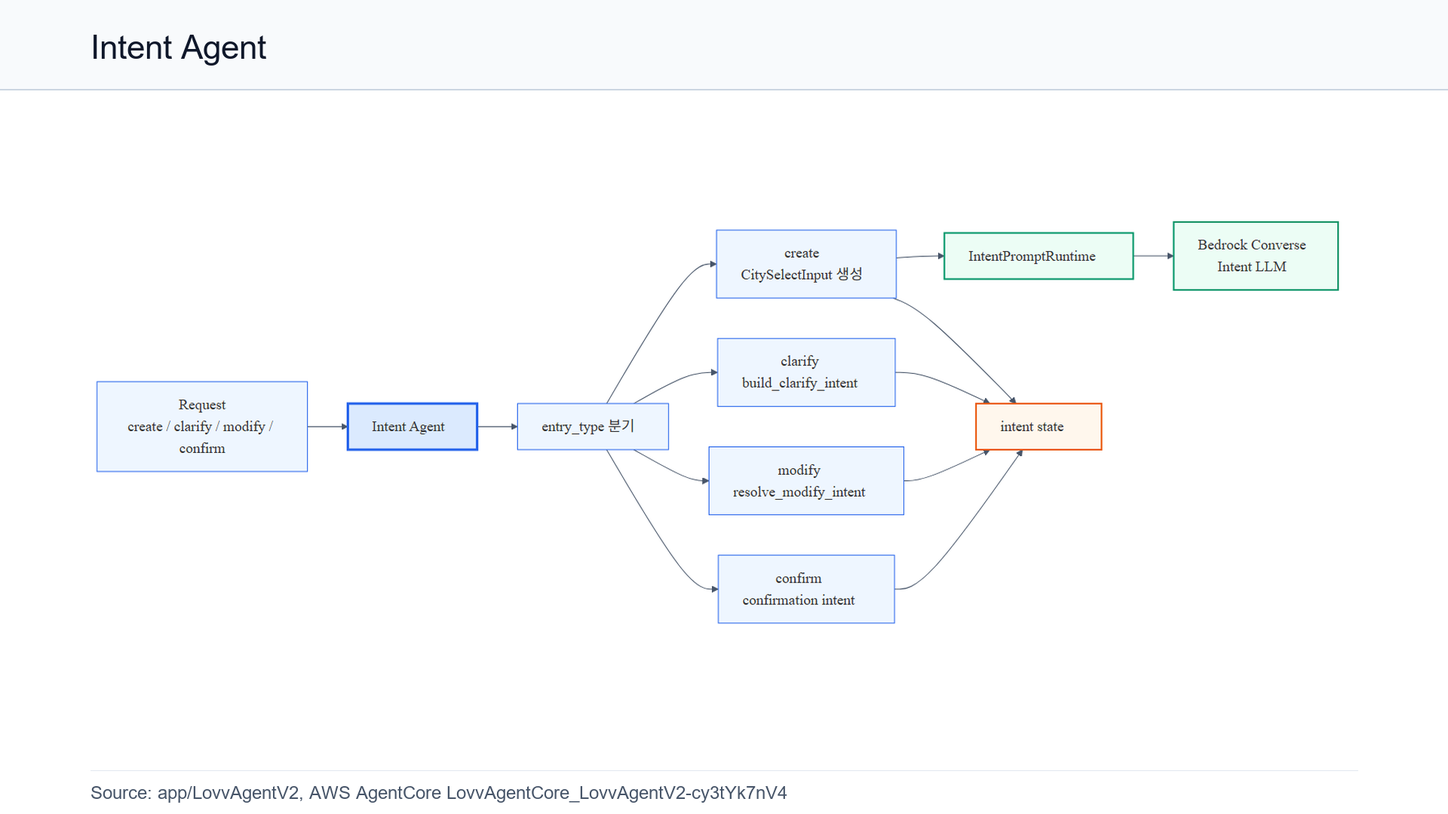
The Mermaid diagram docs/reports/v2/architecture_images_20260708/ppt_16x9/02_intent_agent.png in Joraemon-s-Secret-Gadgets/Lovv-agent, before a commit. Its source is kept beside it as docs/reports/v2/architecture_images_20260708/02_intent_agent.mmd. The source it was exported from:
```mermaid
%%{init: {"theme": "base", "themeVariables": {"fontFamily": "Inter, Arial, sans-serif", "fontSize": "18px", "primaryColor": "#eef6ff", "primaryBorderColor": "#2563eb", "lineColor": "#475569"}}}%%
flowchart LR
  Request["Request<br/>create / clarify / modify / confirm"] --> Intent["Intent Agent"]
  Intent --> Shape["entry_type 분기"]
  Shape --> Create["create<br/>CitySelectInput 생성"]
  Shape --> Clarify["clarify<br/>build_clarify_intent"]
  Shape --> Modify["modify<br/>resolve_modify_intent"]
  Shape --> Confirm["confirm<br/>confirmation intent"]

  Create --> Runtime["IntentPromptRuntime"]
  Runtime --> Bedrock["Bedrock Converse<br/>Intent LLM"]
  Create --> Output["intent state"]
  Clarify --> Output
  Modify --> Output
  Confirm --> Output

  classDef agent fill:#dbeafe,stroke:#2563eb,stroke-width:3px;
  classDef tool fill:#ecfdf5,stroke:#059669,stroke-width:2px;
  classDef output fill:#fff7ed,stroke:#ea580c,stroke-width:2px;
  class Intent agent;
  class Runtime,Bedrock tool;
  class Output output;
```
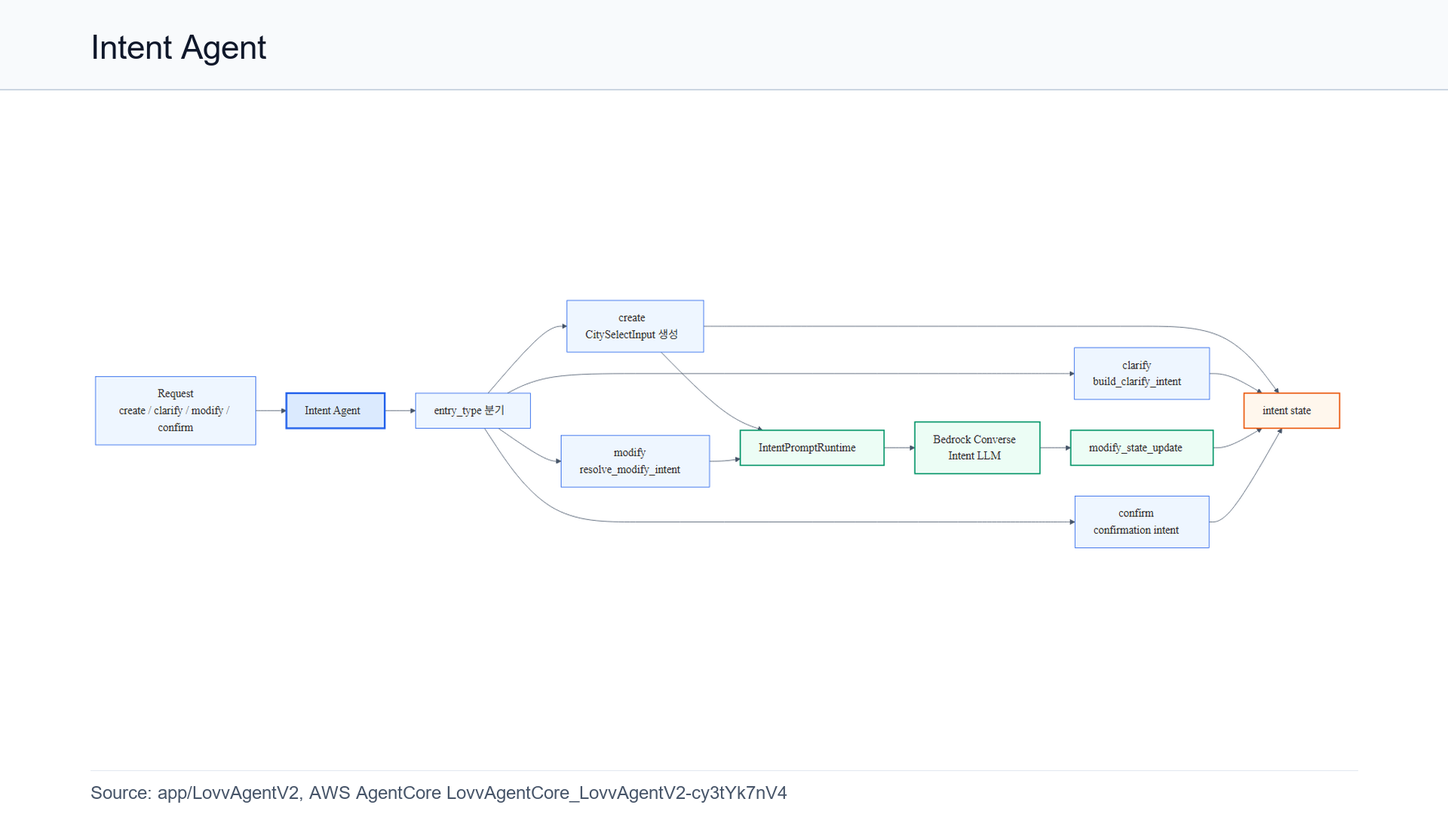
Later version of the same file.

Commit message:
docs(v2-architecture): show modify intent LLM assist

What changed in the source:
```diff
@@ -8,15 +8,17 @@
   Shape --> Confirm["confirm<br/>confirmation intent"]
 
   Create --> Runtime["IntentPromptRuntime"]
+  Modify --> Runtime
   Runtime --> Bedrock["Bedrock Converse<br/>Intent LLM"]
+  Bedrock --> ModifyUpdate["modify_state_update"]
   Create --> Output["intent state"]
   Clarify --> Output
-  Modify --> Output
+  ModifyUpdate --> Output
   Confirm --> Output
 
   classDef agent fill:#dbeafe,stroke:#2563eb,stroke-width:3px;
   classDef tool fill:#ecfdf5,stroke:#059669,stroke-width:2px;
   classDef output fill:#fff7ed,stroke:#ea580c,stroke-width:2px;
   class Intent agent;
-  class Runtime,Bedrock tool;
+  class Runtime,Bedrock,ModifyUpdate tool;
   class Output output;
```
